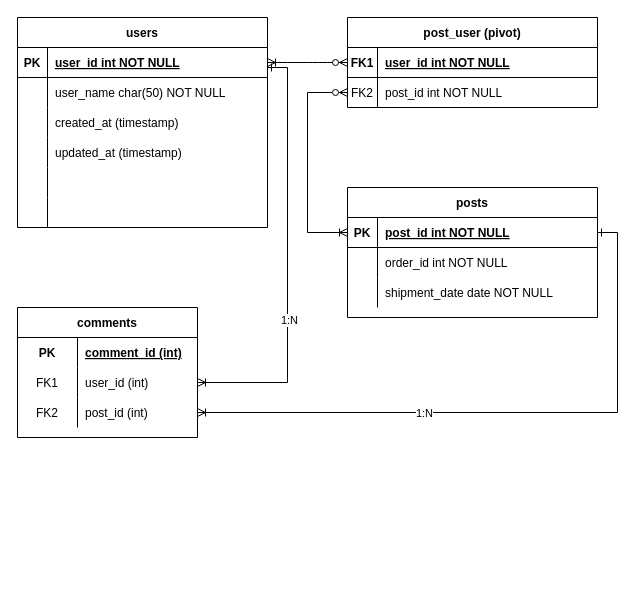
Before: ERD01.drawio in ashrafhafiz/tailwind-playground, a draw.io diagram. Source tidied: cells renumbered, new cells numbered last; positions are measured from the earlier drawing's top-left corner, leaving out a move shared by most shapes. Both pictures are drawn from the tidied source at 100%, with x=0, y=0 at pixel (17, 17).
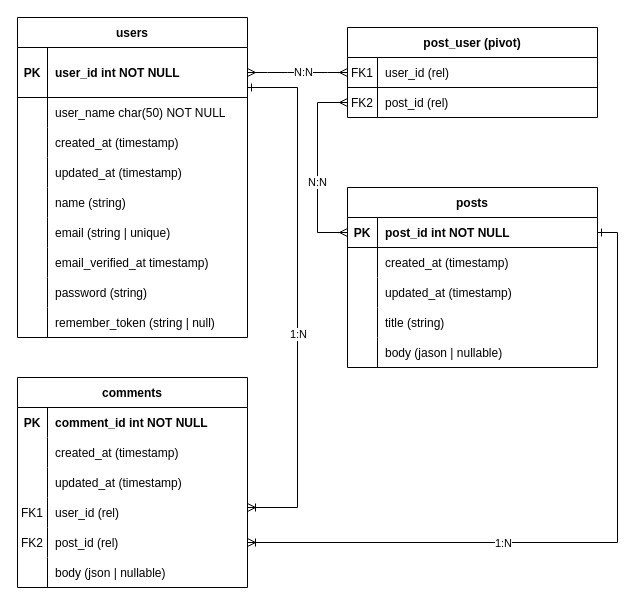
Above is the later version.

Unchanged cells that the change refers to:
```xml
<mxCell id="4" style="shape=partialRectangle;fillColor=none;points=[[0,0.5],[1,0.5]];portConstraint=eastwest;top=0;left=0;right=0;bottom=1;" parent="3" vertex="1">
  <mxGeometry y="30" width="250" height="30" as="geometry" />
</mxCell>
<mxCell id="7" style="shape=partialRectangle;fillColor=none;points=[[0,0.5],[1,0.5]];portConstraint=eastwest;top=0;left=0;right=0;bottom=0;" parent="3" vertex="1">
  <mxGeometry y="60" width="250" height="30" as="geometry" />
</mxCell>
<mxCell id="11" style="shape=partialRectangle;fillColor=none;points=[[0,0.5],[1,0.5]];portConstraint=eastwest;top=0;left=0;right=0;bottom=1;" parent="10" vertex="1">
  <mxGeometry y="30" width="250" height="30" as="geometry" />
</mxCell>
<mxCell id="14" style="shape=partialRectangle;fillColor=none;top=0;left=0;right=0;bottom=0;" parent="10" vertex="1">
  <mxGeometry y="60" width="250" height="30" as="geometry" />
</mxCell>
<mxCell id="17" style="shape=partialRectangle;fillColor=none;top=0;left=0;right=0;bottom=0;" parent="10" vertex="1">
  <mxGeometry y="90" width="250" height="30" as="geometry" />
</mxCell>
```

The edit, as a diff of the source:
```diff
@@
-    <mxCell id="2" style="edgeStyle=entityRelationEdgeStyle;endArrow=ERzeroToMany;startArrow=ERoneToMany;endFill=1;startFill=0;entryX=0;entryY=0.5;entryDx=0;entryDy=0;" parent="1" edge="1" source="21" target="4">
+    <mxCell id="2" style="edgeStyle=entityRelationEdgeStyle;endArrow=ERmany;startArrow=ERmany;endFill=0;startFill=0;entryX=0;entryY=0.5;entryDx=0;entryDy=0;" parent="1" edge="1" source="21" target="4">
       <mxGeometry relative="1" as="geometry" />
     </mxCell>
+    <mxCell id="54" value="N:N" style="edgeLabel;html=1;align=center;verticalAlign=middle;" parent="2" vertex="1">
+      <mxGeometry x="0.1" y="1" relative="1" as="geometry" />
+    </mxCell>
-    <mxCell id="3" value="post_user (pivot)" style="shape=table;startSize=30;childLayout=tableLayout;rowLines=0;fontStyle=1;align=center;" parent="1" vertex="1">
-      <mxGeometry x="330" width="250" height="90" as="geometry" />
+    <mxCell id="3" value="post_user (pivot)" style="shape=table;startSize=30;childLayout=tableLayout;rowLines=0;fontStyle=1;align=center;verticalAlign=middle;" parent="1" vertex="1">
+      <mxGeometry x="330" y="10" width="250" height="90" as="geometry" />
     </mxCell>
@@
-    <mxCell id="5" value="FK1" style="shape=partialRectangle;overflow=hidden;fillColor=none;top=0;left=0;bottom=0;right=0;fontStyle=1;" parent="4" vertex="1">
+    <mxCell id="5" value="FK1" style="shape=partialRectangle;overflow=hidden;fillColor=none;top=0;left=0;bottom=0;right=0;fontStyle=0;" parent="4" vertex="1">
       <mxGeometry width="30" height="30" as="geometry" />
     </mxCell>
-    <mxCell id="6" value="user_id int NOT NULL " style="shape=partialRectangle;overflow=hidden;fillColor=none;top=0;left=0;bottom=0;right=0;align=left;spacingLeft=6;fontStyle=5;" parent="4" vertex="1">
+    <mxCell id="6" value="user_id (rel)" style="shape=partialRectangle;overflow=hidden;fillColor=none;top=0;left=0;bottom=0;right=0;align=left;spacingLeft=6;fontStyle=0;strokeColor=none;" parent="4" vertex="1">
       <mxGeometry x="30" width="220" height="30" as="geometry" />
     </mxCell>
@@
-    <mxCell id="9" value="post_id int NOT NULL" style="shape=partialRectangle;overflow=hidden;fillColor=none;top=0;left=0;bottom=0;right=0;align=left;spacingLeft=6;" parent="7" vertex="1">
+    <mxCell id="9" value="post_id (rel)" style="shape=partialRectangle;overflow=hidden;fillColor=none;top=0;left=0;bottom=0;right=0;align=left;spacingLeft=6;" parent="7" vertex="1">
       <mxGeometry x="30" width="220" height="30" as="geometry" />
     </mxCell>
     <mxCell id="10" value="posts" style="shape=table;startSize=30;childLayout=tableLayout;rowLines=0;fontStyle=1;align=center;" parent="1" vertex="1">
-      <mxGeometry x="330" y="170" width="250" height="130" as="geometry" />
+      <mxGeometry x="330" y="170" width="250" height="180" as="geometry" />
     </mxCell>
@@
-    <mxCell id="13" value="post_id int NOT NULL " style="shape=partialRectangle;overflow=hidden;fillColor=none;top=0;left=0;bottom=0;right=0;align=left;spacingLeft=6;fontStyle=5;" parent="11" vertex="1">
+    <mxCell id="13" value="post_id int NOT NULL " style="shape=partialRectangle;overflow=hidden;fillColor=none;top=0;left=0;bottom=0;right=0;align=left;spacingLeft=6;fontStyle=1;" parent="11" vertex="1">
       <mxGeometry x="30" width="220" height="30" as="geometry" />
     </mxCell>
@@
-    <mxCell id="16" value="order_id int NOT NULL" style="shape=partialRectangle;overflow=hidden;fillColor=none;top=0;left=0;bottom=0;right=0;align=left;spacingLeft=6;" parent="14" vertex="1">
+    <mxCell id="16" value="created_at (timestamp)" style="shape=partialRectangle;overflow=hidden;fillColor=none;top=0;left=0;bottom=0;right=0;align=left;spacingLeft=6;" parent="14" vertex="1">
       <mxGeometry x="30" width="220" height="30" as="geometry" />
     </mxCell>
@@
-    <mxCell id="19" value="shipment_date date NOT NULL" style="shape=partialRectangle;overflow=hidden;fillColor=none;top=0;left=0;bottom=0;right=0;align=left;spacingLeft=6;" parent="17" vertex="1">
+    <mxCell id="19" value="updated_at (timestamp)" style="shape=partialRectangle;overflow=hidden;fillColor=none;top=0;left=0;bottom=0;right=0;align=left;spacingLeft=6;" parent="17" vertex="1">
       <mxGeometry x="30" width="220" height="30" as="geometry" />
     </mxCell>
+    <mxCell id="55" style="shape=partialRectangle;fillColor=none;top=0;left=0;right=0;bottom=0;" parent="10" vertex="1">
+      <mxGeometry y="120" width="250" height="30" as="geometry" />
+    </mxCell>
+    <mxCell id="56" style="shape=partialRectangle;overflow=hidden;fillColor=none;top=0;left=0;bottom=0;right=0;" parent="55" vertex="1">
+      <mxGeometry width="30" height="30" as="geometry" />
+    </mxCell>
+    <mxCell id="57" value="title (string)" style="shape=partialRectangle;overflow=hidden;fillColor=none;top=0;left=0;bottom=0;right=0;align=left;spacingLeft=6;" parent="55" vertex="1">
+      <mxGeometry x="30" width="220" height="30" as="geometry" />
+    </mxCell>
+    <mxCell id="58" style="shape=partialRectangle;fillColor=none;top=0;left=0;right=0;bottom=0;" parent="10" vertex="1">
+      <mxGeometry y="150" width="250" height="30" as="geometry" />
+    </mxCell>
+    <mxCell id="59" style="shape=partialRectangle;overflow=hidden;fillColor=none;top=0;left=0;bottom=0;right=0;" parent="58" vertex="1">
+      <mxGeometry width="30" height="30" as="geometry" />
+    </mxCell>
+    <mxCell id="60" value="body (jason | nullable)" style="shape=partialRectangle;overflow=hidden;fillColor=none;top=0;left=0;bottom=0;right=0;align=left;spacingLeft=6;" parent="58" vertex="1">
+      <mxGeometry x="30" width="220" height="30" as="geometry" />
+    </mxCell>
     <mxCell id="20" value="users" style="shape=table;startSize=30;childLayout=tableLayout;rowLines=0;fontStyle=1;align=center;" parent="1" vertex="1">
-      <mxGeometry width="250" height="210" as="geometry" />
+      <mxGeometry width="230" height="320" as="geometry" />
     </mxCell>
     <mxCell id="21" style="shape=partialRectangle;fillColor=none;points=[[0,0.5],[1,0.5]];portConstraint=eastwest;top=0;left=0;right=0;bottom=1;" parent="20" vertex="1">
-      <mxGeometry y="30" width="250" height="30" as="geometry" />
+      <mxGeometry y="30" width="230" height="50" as="geometry" />
     </mxCell>
     <mxCell id="22" value="PK" style="shape=partialRectangle;overflow=hidden;fillColor=none;top=0;left=0;bottom=0;right=0;fontStyle=1;" parent="21" vertex="1">
-      <mxGeometry width="30" height="30" as="geometry" />
+      <mxGeometry width="30" height="50" as="geometry" />
     </mxCell>
-    <mxCell id="23" value="user_id int NOT NULL " style="shape=partialRectangle;overflow=hidden;fillColor=none;top=0;left=0;bottom=0;right=0;align=left;spacingLeft=6;fontStyle=5;" parent="21" vertex="1">
-      <mxGeometry x="30" width="220" height="30" as="geometry" />
+    <mxCell id="23" value="user_id int NOT NULL " style="shape=partialRectangle;overflow=hidden;fillColor=none;top=0;left=0;bottom=0;right=0;align=left;spacingLeft=6;fontStyle=1;" parent="21" vertex="1">
+      <mxGeometry x="30" width="200" height="50" as="geometry" />
     </mxCell>
     <mxCell id="24" style="shape=partialRectangle;fillColor=none;top=0;left=0;right=0;bottom=0;" parent="20" vertex="1">
-      <mxGeometry y="60" width="250" height="30" as="geometry" />
+      <mxGeometry y="80" width="230" height="30" as="geometry" />
     </mxCell>
@@
     <mxCell id="26" value="user_name char(50) NOT NULL" style="shape=partialRectangle;overflow=hidden;fillColor=none;top=0;left=0;bottom=0;right=0;align=left;spacingLeft=6;" parent="24" vertex="1">
-      <mxGeometry x="30" width="220" height="30" as="geometry" />
+      <mxGeometry x="30" width="200" height="30" as="geometry" />
     </mxCell>
     <mxCell id="27" style="shape=partialRectangle;fillColor=none;top=0;left=0;right=0;bottom=0;" parent="20" vertex="1">
-      <mxGeometry y="90" width="250" height="30" as="geometry" />
+      <mxGeometry y="110" width="230" height="30" as="geometry" />
     </mxCell>
@@
     <mxCell id="29" value="created_at (timestamp)" style="shape=partialRectangle;overflow=hidden;fillColor=none;top=0;left=0;bottom=0;right=0;align=left;spacingLeft=6;" parent="27" vertex="1">
-      <mxGeometry x="30" width="220" height="30" as="geometry" />
+      <mxGeometry x="30" width="200" height="30" as="geometry" />
     </mxCell>
     <mxCell id="30" style="shape=partialRectangle;fillColor=none;top=0;left=0;right=0;bottom=0;" parent="20" vertex="1">
-      <mxGeometry y="120" width="250" height="30" as="geometry" />
+      <mxGeometry y="140" width="230" height="30" as="geometry" />
     </mxCell>
@@
     <mxCell id="32" value="updated_at (timestamp)" style="shape=partialRectangle;overflow=hidden;fillColor=none;top=0;left=0;bottom=0;right=0;align=left;spacingLeft=6;" parent="30" vertex="1">
-      <mxGeometry x="30" width="220" height="30" as="geometry" />
+      <mxGeometry x="30" width="200" height="30" as="geometry" />
     </mxCell>
     <mxCell id="33" style="shape=partialRectangle;fillColor=none;top=0;left=0;right=0;bottom=0;" parent="20" vertex="1">
-      <mxGeometry y="150" width="250" height="30" as="geometry" />
+      <mxGeometry y="170" width="230" height="30" as="geometry" />
     </mxCell>
@@
-    <mxCell id="35" style="shape=partialRectangle;overflow=hidden;fillColor=none;top=0;left=0;bottom=0;right=0;align=left;spacingLeft=6;" parent="33" vertex="1">
-      <mxGeometry x="30" width="220" height="30" as="geometry" />
+    <mxCell id="35" value="name (string) " style="shape=partialRectangle;overflow=hidden;fillColor=none;top=0;left=0;bottom=0;right=0;align=left;spacingLeft=6;" parent="33" vertex="1">
+      <mxGeometry x="30" width="200" height="30" as="geometry" />
     </mxCell>
     <mxCell id="36" style="shape=partialRectangle;fillColor=none;top=0;left=0;right=0;bottom=0;" parent="20" vertex="1">
-      <mxGeometry y="180" width="250" height="30" as="geometry" />
+      <mxGeometry y="200" width="230" height="30" as="geometry" />
     </mxCell>
@@
-    <mxCell id="38" style="shape=partialRectangle;overflow=hidden;fillColor=none;top=0;left=0;bottom=0;right=0;align=left;spacingLeft=6;" parent="36" vertex="1">
-      <mxGeometry x="30" width="220" height="30" as="geometry" />
+    <mxCell id="38" value="email (string | unique)" style="shape=partialRectangle;overflow=hidden;fillColor=none;top=0;left=0;bottom=0;right=0;align=left;spacingLeft=6;" parent="36" vertex="1">
+      <mxGeometry x="30" width="200" height="30" as="geometry" />
     </mxCell>
+    <mxCell id="61" style="shape=partialRectangle;fillColor=none;top=0;left=0;right=0;bottom=0;" parent="20" vertex="1">
+      <mxGeometry y="230" width="230" height="30" as="geometry" />
+    </mxCell>
+    <mxCell id="62" style="shape=partialRectangle;overflow=hidden;fillColor=none;top=0;left=0;bottom=0;right=0;" parent="61" vertex="1">
+      <mxGeometry width="30" height="30" as="geometry" />
+    </mxCell>
+    <mxCell id="63" value="email_verified_at timestamp)" style="shape=partialRectangle;overflow=hidden;fillColor=none;top=0;left=0;bottom=0;right=0;align=left;spacingLeft=6;" parent="61" vertex="1">
+      <mxGeometry x="30" width="200" height="30" as="geometry" />
+    </mxCell>
+    <mxCell id="64" style="shape=partialRectangle;fillColor=none;top=0;left=0;right=0;bottom=0;" parent="20" vertex="1">
+      <mxGeometry y="260" width="230" height="30" as="geometry" />
+    </mxCell>
+    <mxCell id="65" style="shape=partialRectangle;overflow=hidden;fillColor=none;top=0;left=0;bottom=0;right=0;" parent="64" vertex="1">
+      <mxGeometry width="30" height="30" as="geometry" />
+    </mxCell>
+    <mxCell id="66" value="password (string)" style="shape=partialRectangle;overflow=hidden;fillColor=none;top=0;left=0;bottom=0;right=0;align=left;spacingLeft=6;" parent="64" vertex="1">
+      <mxGeometry x="30" width="200" height="30" as="geometry" />
+    </mxCell>
+    <mxCell id="67" style="shape=partialRectangle;fillColor=none;top=0;left=0;right=0;bottom=0;" parent="20" vertex="1">
+      <mxGeometry y="290" width="230" height="30" as="geometry" />
+    </mxCell>
+    <mxCell id="68" style="shape=partialRectangle;overflow=hidden;fillColor=none;top=0;left=0;bottom=0;right=0;" parent="67" vertex="1">
+      <mxGeometry width="30" height="30" as="geometry" />
+    </mxCell>
+    <mxCell id="69" value="remember_token (string | null)" style="shape=partialRectangle;overflow=hidden;fillColor=none;top=0;left=0;bottom=0;right=0;align=left;spacingLeft=6;" parent="67" vertex="1">
+      <mxGeometry x="30" width="200" height="30" as="geometry" />
+    </mxCell>
-    <mxCell id="39" style="edgeStyle=orthogonalEdgeStyle;rounded=0;jettySize=auto;html=1;exitX=0;exitY=0.5;exitDx=0;exitDy=0;entryX=0;entryY=0.5;entryDx=0;entryDy=0;startArrow=ERoneToMany;startFill=0;endArrow=ERzeroToMany;endFill=0;" parent="1" edge="1" source="11" target="7">
+    <mxCell id="39" style="edgeStyle=orthogonalEdgeStyle;rounded=0;jettySize=auto;html=1;exitX=0;exitY=0.5;exitDx=0;exitDy=0;entryX=0;entryY=0.5;entryDx=0;entryDy=0;startArrow=ERmany;startFill=0;endArrow=ERmany;endFill=0;" parent="1" edge="1" source="11" target="7">
       <mxGeometry relative="1" as="geometry">
         <Array as="points">
-          <mxPoint x="290" y="215" />
-          <mxPoint x="290" y="75" />
+          <mxPoint x="300" y="215" />
+          <mxPoint x="300" y="85" />
         </Array>
       </mxGeometry>
     </mxCell>
+    <mxCell id="70" value="N:N" style="edgeLabel;html=1;align=center;verticalAlign=middle;" parent="39" vertex="1">
+      <mxGeometry x="-0.15" y="1" relative="1" as="geometry" />
+    </mxCell>
     <mxCell id="40" value="comments" style="shape=table;startSize=30;childLayout=tableLayout;rowLines=0;fontStyle=1;align=center;" parent="1" vertex="1">
-      <mxGeometry y="290" width="180" height="130" as="geometry" />
+      <mxGeometry y="360" width="230" height="210" as="geometry" />
     </mxCell>
     <mxCell id="41" style="shape=tableRow;horizontal=0;startSize=0;swimlaneHead=0;swimlaneBody=0;fillColor=none;top=0;left=0;right=0;bottom=0;" parent="40" vertex="1">
-      <mxGeometry y="30" width="180" height="30" as="geometry" />
+      <mxGeometry y="30" width="230" height="30" as="geometry" />
     </mxCell>
     <mxCell id="42" value="PK" style="shape=partialRectangle;fillColor=none;top=0;left=0;bottom=0;right=0;fontStyle=1;overflow=hidden;" parent="41" vertex="1">
-      <mxGeometry width="60" height="30" as="geometry" />
+      <mxGeometry width="30" height="30" as="geometry" />
     </mxCell>
-    <mxCell id="43" value="comment_id (int)" style="shape=partialRectangle;fillColor=none;top=0;left=0;bottom=0;right=0;align=left;spacingLeft=6;fontStyle=5;overflow=hidden;" parent="41" vertex="1">
-      <mxGeometry x="60" width="120" height="30" as="geometry" />
+    <mxCell id="43" value="comment_id int NOT NULL" style="shape=partialRectangle;fillColor=none;top=0;left=0;bottom=0;right=0;align=left;spacingLeft=6;fontStyle=1;overflow=hidden;" parent="41" vertex="1">
+      <mxGeometry x="30" width="200" height="30" as="geometry" />
     </mxCell>
+    <mxCell id="71" style="shape=tableRow;horizontal=0;startSize=0;swimlaneHead=0;swimlaneBody=0;fillColor=none;top=0;left=0;right=0;bottom=0;" parent="40" vertex="1">
+      <mxGeometry y="60" width="230" height="30" as="geometry" />
+    </mxCell>
+    <mxCell id="72" style="shape=partialRectangle;fillColor=none;top=0;left=0;bottom=0;right=0;fontStyle=1;overflow=hidden;" parent="71" vertex="1">
+      <mxGeometry width="30" height="30" as="geometry" />
+    </mxCell>
+    <mxCell id="73" value="created_at (timestamp)" style="shape=partialRectangle;fillColor=none;top=0;left=0;bottom=0;right=0;align=left;spacingLeft=6;fontStyle=0;overflow=hidden;" parent="71" vertex="1">
+      <mxGeometry x="30" width="200" height="30" as="geometry" />
+    </mxCell>
+    <mxCell id="74" style="shape=tableRow;horizontal=0;startSize=0;swimlaneHead=0;swimlaneBody=0;fillColor=none;top=0;left=0;right=0;bottom=0;" parent="40" vertex="1">
+      <mxGeometry y="90" width="230" height="30" as="geometry" />
+    </mxCell>
+    <mxCell id="75" style="shape=partialRectangle;fillColor=none;top=0;left=0;bottom=0;right=0;fontStyle=1;overflow=hidden;" parent="74" vertex="1">
+      <mxGeometry width="30" height="30" as="geometry" />
+    </mxCell>
+    <mxCell id="76" value="updated_at (timestamp)" style="shape=partialRectangle;fillColor=none;top=0;left=0;bottom=0;right=0;align=left;spacingLeft=6;fontStyle=0;overflow=hidden;" parent="74" vertex="1">
+      <mxGeometry x="30" width="200" height="30" as="geometry" />
+    </mxCell>
     <mxCell id="44" style="shape=tableRow;horizontal=0;startSize=0;swimlaneHead=0;swimlaneBody=0;fillColor=none;points=[[0,0.5],[1,0.5]];portConstraint=eastwest;top=0;left=0;right=0;bottom=0;" parent="40" vertex="1">
-      <mxGeometry y="60" width="180" height="30" as="geometry" />
+      <mxGeometry y="120" width="230" height="30" as="geometry" />
     </mxCell>
     <mxCell id="45" value="FK1" style="shape=partialRectangle;fillColor=none;top=0;left=0;bottom=0;right=0;overflow=hidden;" parent="44" vertex="1">
-      <mxGeometry width="60" height="30" as="geometry" />
+      <mxGeometry width="30" height="30" as="geometry" />
     </mxCell>
-    <mxCell id="46" value="user_id (int)" style="shape=partialRectangle;fillColor=none;top=0;left=0;bottom=0;right=0;align=left;spacingLeft=6;overflow=hidden;" parent="44" vertex="1">
-      <mxGeometry x="60" width="120" height="30" as="geometry" />
+    <mxCell id="46" value="user_id (rel)" style="shape=partialRectangle;fillColor=none;top=0;left=0;bottom=0;right=0;align=left;spacingLeft=6;overflow=hidden;" parent="44" vertex="1">
+      <mxGeometry x="30" width="200" height="30" as="geometry" />
     </mxCell>
     <mxCell id="47" style="shape=tableRow;horizontal=0;startSize=0;swimlaneHead=0;swimlaneBody=0;fillColor=none;points=[[0,0.5],[1,0.5]];portConstraint=eastwest;top=0;left=0;right=0;bottom=0;" parent="40" vertex="1">
-      <mxGeometry y="90" width="180" height="30" as="geometry" />
+      <mxGeometry y="150" width="230" height="30" as="geometry" />
     </mxCell>
     <mxCell id="48" value="FK2" style="shape=partialRectangle;fillColor=none;top=0;left=0;bottom=0;right=0;overflow=hidden;" parent="47" vertex="1">
-      <mxGeometry width="60" height="30" as="geometry" />
+      <mxGeometry width="30" height="30" as="geometry" />
     </mxCell>
-    <mxCell id="49" value="post_id (int)" style="shape=partialRectangle;fillColor=none;top=0;left=0;bottom=0;right=0;align=left;spacingLeft=6;overflow=hidden;" parent="47" vertex="1">
-      <mxGeometry x="60" width="120" height="30" as="geometry" />
+    <mxCell id="49" value="post_id (rel)" style="shape=partialRectangle;fillColor=none;top=0;left=0;bottom=0;right=0;align=left;spacingLeft=6;overflow=hidden;" parent="47" vertex="1">
+      <mxGeometry x="30" width="200" height="30" as="geometry" />
     </mxCell>
+    <mxCell id="77" style="shape=tableRow;horizontal=0;startSize=0;swimlaneHead=0;swimlaneBody=0;fillColor=none;top=0;left=0;right=0;bottom=0;" parent="40" vertex="1">
+      <mxGeometry y="180" width="230" height="30" as="geometry" />
+    </mxCell>
+    <mxCell id="78" style="shape=partialRectangle;fillColor=none;top=0;left=0;bottom=0;right=0;overflow=hidden;" parent="77" vertex="1">
+      <mxGeometry width="30" height="30" as="geometry" />
+    </mxCell>
+    <mxCell id="79" value="body (json | nullable)" style="shape=partialRectangle;fillColor=none;top=0;left=0;bottom=0;right=0;align=left;spacingLeft=6;overflow=hidden;" parent="77" vertex="1">
+      <mxGeometry x="30" width="200" height="30" as="geometry" />
+    </mxCell>
@@
-    <mxCell id="52" style="edgeStyle=orthogonalEdgeStyle;rounded=0;jettySize=auto;html=1;entryX=1;entryY=0.5;entryDx=0;entryDy=0;startArrow=ERone;startFill=0;endArrow=ERoneToMany;endFill=0;" parent="1" edge="1" source="21" target="44">
+    <mxCell id="52" style="edgeStyle=orthogonalEdgeStyle;rounded=0;jettySize=auto;html=1;startArrow=ERone;startFill=0;endArrow=ERoneToMany;endFill=0;" parent="1" edge="1" source="21">
       <mxGeometry relative="1" as="geometry">
+        <mxPoint x="230" y="490" as="targetPoint" />
         <Array as="points">
-          <mxPoint x="270" y="50" />
-          <mxPoint x="270" y="365" />
+          <mxPoint x="280" y="70" />
+          <mxPoint x="280" y="490" />
+          <mxPoint x="230" y="490" />
         </Array>
       </mxGeometry>
     </mxCell>
     <mxCell id="53" value="1:N" style="edgeLabel;html=1;align=center;verticalAlign=middle;" parent="52" vertex="1">
-      <mxGeometry x="0.28" y="1" relative="1" as="geometry" />
+      <mxGeometry x="0.28" y="1" relative="1" as="geometry">
+        <mxPoint x="-1" y="-37" as="offset" />
+      </mxGeometry>
     </mxCell>
```
